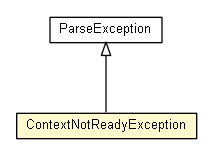
Before: apidocs/net/trajano/jetng/ContextNotReadyException.png, a diagram exported from Graphviz (trajano/jetng). Its source is kept beside it as apidocs/net/trajano/jetng/ContextNotReadyException.dot. Source of this version:
```dot

digraph G {
	edge [fontname="arial",fontsize=10,labelfontname="arial",labelfontsize=10];
	node [fontname="arial",fontsize=10,shape=plaintext];
	nodesep=0.25;
	ranksep=0.5;
	c142 [label=<<table title="net.trajano.jetng.ParseException" border="0" cellborder="1" cellspacing="0" cellpadding="2" port="p" href="./ParseException.html">
		<tr><td><table border="0" cellspacing="0" cellpadding="1">
<tr><td align="center" balign="center"> ParseException </td></tr>
		</table></td></tr>
		</table>>, URL="./ParseException.html", fontname="arial", fontcolor="black", fontsize=10.0];
	c148 [label=<<table title="net.trajano.jetng.ContextNotReadyException" border="0" cellborder="1" cellspacing="0" cellpadding="2" port="p" bgcolor="lemonChiffon" href="./ContextNotReadyException.html">
		<tr><td><table border="0" cellspacing="0" cellpadding="1">
<tr><td align="center" balign="center"> ContextNotReadyException </td></tr>
		</table></td></tr>
		</table>>, URL="./ContextNotReadyException.html", fontname="arial", fontcolor="black", fontsize=10.0];
	c142:p -> c148:p [dir=back,arrowtail=empty];
}
```
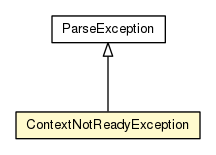
The same diagram one commit later.

Change to the diagram source:
```diff
@@ -1,18 +1,18 @@
 
 digraph G {
-	edge [fontname="arial",fontsize=10,labelfontname="arial",labelfontsize=10];
-	node [fontname="arial",fontsize=10,shape=plaintext];
+	edge [fontname="Helvetica",fontsize=10,labelfontname="Helvetica",labelfontsize=10];
+	node [fontname="Helvetica",fontsize=10,shape=plaintext];
 	nodesep=0.25;
 	ranksep=0.5;
-	c142 [label=<<table title="net.trajano.jetng.ParseException" border="0" cellborder="1" cellspacing="0" cellpadding="2" port="p" href="./ParseException.html">
+	c141 [label=<<table title="net.trajano.jetng.ContextNotReadyException" border="0" cellborder="1" cellspacing="0" cellpadding="2" port="p" bgcolor="lemonChiffon" href="./ContextNotReadyException.html">
+		<tr><td><table border="0" cellspacing="0" cellpadding="1">
+<tr><td align="center" balign="center"> ContextNotReadyException </td></tr>
+		</table></td></tr>
+		</table>>, URL="./ContextNotReadyException.html", fontname="Helvetica", fontcolor="black", fontsize=10.0];
+	c145 [label=<<table title="net.trajano.jetng.ParseException" border="0" cellborder="1" cellspacing="0" cellpadding="2" port="p" href="./ParseException.html">
 		<tr><td><table border="0" cellspacing="0" cellpadding="1">
 <tr><td align="center" balign="center"> ParseException </td></tr>
 		</table></td></tr>
-		</table>>, URL="./ParseException.html", fontname="arial", fontcolor="black", fontsize=10.0];
-	c148 [label=<<table title="net.trajano.jetng.ContextNotReadyException" border="0" cellborder="1" cellspacing="0" cellpadding="2" port="p" bgcolor="lemonChiffon" href="./ContextNotReadyException.html">
-		<tr><td><table border="0" cellspacing="0" cellpadding="1">
-<tr><td align="center" balign="center"> ContextNotReadyException </td></tr>
-		</table></td></tr>
-		</table>>, URL="./ContextNotReadyException.html", fontname="arial", fontcolor="black", fontsize=10.0];
-	c142:p -> c148:p [dir=back,arrowtail=empty];
+		</table>>, URL="./ParseException.html", fontname="Helvetica", fontcolor="black", fontsize=10.0];
+	c145:p -> c141:p [dir=back,arrowtail=empty];
 }
```
